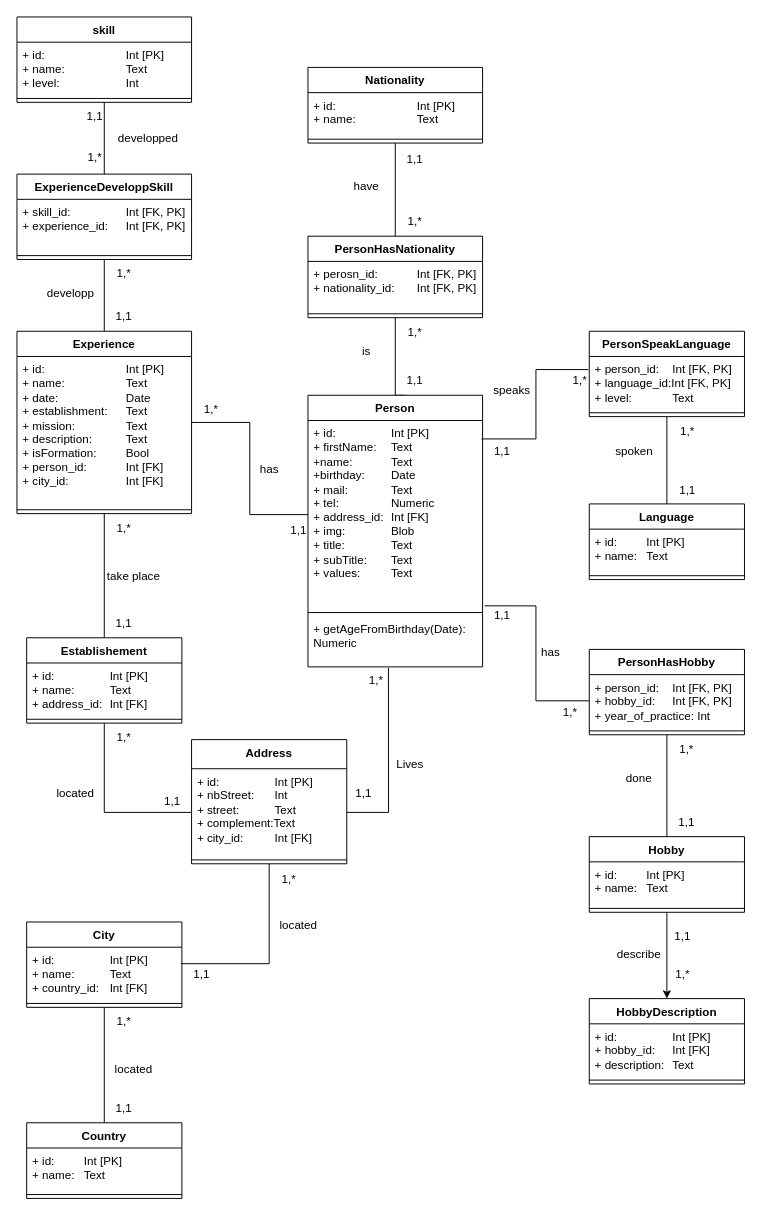
Before: CVDB.drawio in Will2KB/CVAPI, a draw.io diagram. Source tidied: cells renumbered, new cells numbered last; positions are measured from the earlier drawing's top-left corner, leaving out a move shared by most shapes. Both pictures are drawn from the tidied source at 97%, with x=0, y=0 at pixel (16, 16).
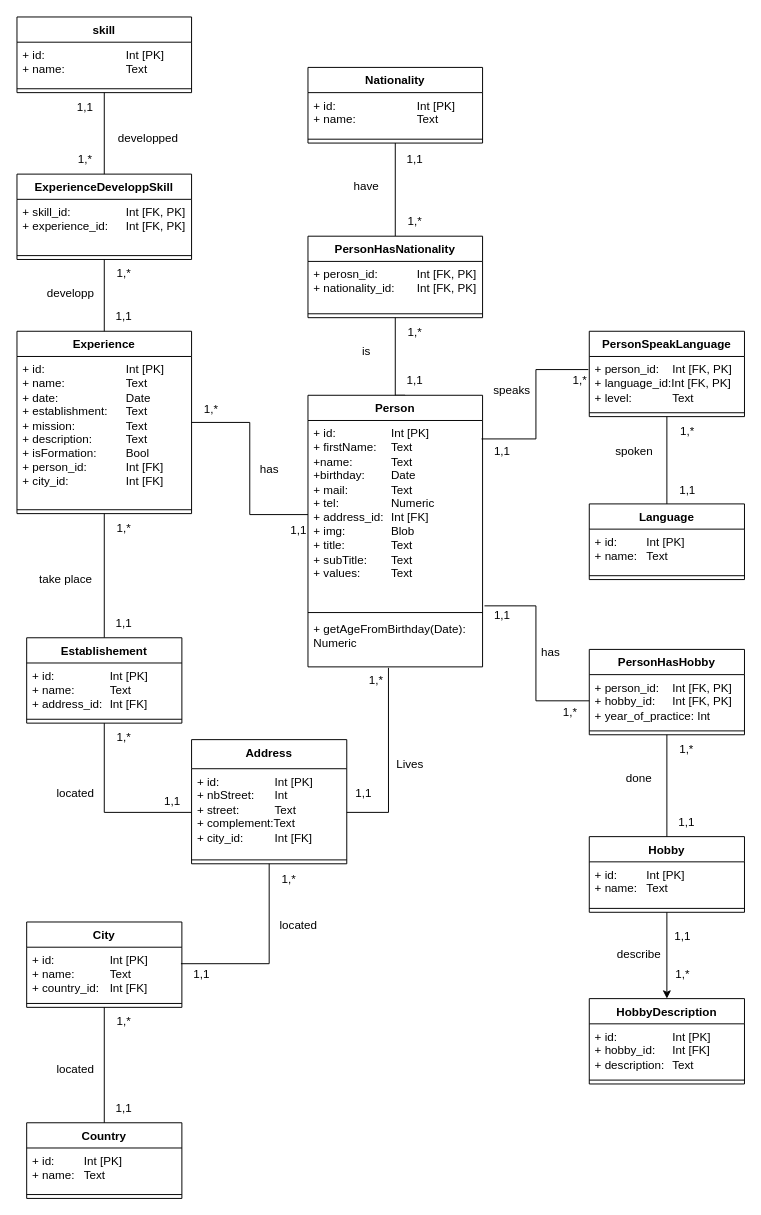
The same diagram, later.

Commit message:
Mettre à jour CVDB.drawio

Diff of the diagram source:
```diff
@@
     <mxCell id="30" value="take place" style="text;html=1;align=center;verticalAlign=middle;strokeColor=none;fillColor=none;" parent="1" vertex="1">
-      <mxGeometry x="80" y="562" width="80" height="30" as="geometry" />
+      <mxGeometry x="10" y="564.5" width="80" height="30" as="geometry" />
     </mxCell>
@@
     <mxCell id="71" value="skill" style="swimlane;fontStyle=1;align=center;verticalAlign=top;horizontal=1;startSize=26;whiteSpace=wrap;html=1;" parent="1" vertex="1">
-      <mxGeometry width="180" height="88" as="geometry" />
+      <mxGeometry width="180" height="78" as="geometry" />
     </mxCell>
-    <mxCell id="72" value="+ id: &lt;span style=&quot;white-space: pre;&quot;&gt;&#9;&lt;/span&gt;&lt;span style=&quot;white-space: pre;&quot;&gt;&#9;&lt;span style=&quot;white-space: pre;&quot;&gt;&#9;&lt;/span&gt;&lt;/span&gt;Int [PK]&lt;div&gt;+ name: &lt;span style=&quot;white-space: pre;&quot;&gt;&#9;&lt;/span&gt;&lt;span style=&quot;white-space: pre;&quot;&gt;&#9;&lt;span style=&quot;white-space: pre;&quot;&gt;&#9;&lt;/span&gt;&lt;/span&gt;Text&lt;/div&gt;&lt;div&gt;+ level:&lt;span style=&quot;white-space: pre;&quot;&gt;&#9;&lt;/span&gt;&lt;span style=&quot;white-space: pre;&quot;&gt;&#9;&lt;/span&gt;&lt;span style=&quot;white-space: pre;&quot;&gt;&#9;&lt;/span&gt;Int&lt;/div&gt;" style="text;strokeColor=none;fillColor=none;align=left;verticalAlign=top;spacingLeft=4;spacingRight=4;overflow=hidden;whiteSpace=wrap;html=1;" parent="71" vertex="1">
-      <mxGeometry y="26" width="180" height="54" as="geometry" />
+    <mxCell id="72" value="+ id: &lt;span style=&quot;white-space: pre;&quot;&gt;&#9;&lt;/span&gt;&lt;span style=&quot;white-space: pre;&quot;&gt;&#9;&lt;span style=&quot;white-space: pre;&quot;&gt;&#9;&lt;/span&gt;&lt;/span&gt;Int [PK]&lt;div&gt;+ name: &lt;span style=&quot;white-space: pre;&quot;&gt;&#9;&lt;/span&gt;&lt;span style=&quot;white-space: pre;&quot;&gt;&#9;&lt;span style=&quot;white-space: pre;&quot;&gt;&#9;&lt;/span&gt;&lt;/span&gt;Text&lt;br&gt;&lt;/div&gt;" style="text;strokeColor=none;fillColor=none;align=left;verticalAlign=top;spacingLeft=4;spacingRight=4;overflow=hidden;whiteSpace=wrap;html=1;" parent="71" vertex="1">
+      <mxGeometry y="26" width="180" height="44" as="geometry" />
     </mxCell>
     <mxCell id="73" style="line;strokeWidth=1;fillColor=none;align=left;verticalAlign=middle;spacingTop=-1;spacingLeft=3;spacingRight=3;labelPosition=right;strokeColor=inherit;" parent="71" vertex="1">
-      <mxGeometry y="80" width="180" height="8" as="geometry" />
+      <mxGeometry y="70" width="180" height="8" as="geometry" />
     </mxCell>
@@
     <mxCell id="80" value="1,*" style="text;html=1;align=center;verticalAlign=middle;strokeColor=none;fillColor=none;" parent="1" vertex="1">
-      <mxGeometry x="60" y="130" width="40" height="30" as="geometry" />
+      <mxGeometry x="50" y="132" width="40" height="30" as="geometry" />
     </mxCell>
     <mxCell id="81" value="1,1" style="text;html=1;align=center;verticalAlign=middle;strokeColor=none;fillColor=none;" parent="1" vertex="1">
-      <mxGeometry x="60" y="88" width="40" height="30" as="geometry" />
+      <mxGeometry x="50" y="78" width="40" height="30" as="geometry" />
     </mxCell>
@@
     <mxCell id="108" value="located" style="text;html=1;align=center;verticalAlign=middle;strokeColor=none;fillColor=none;" parent="1" vertex="1">
-      <mxGeometry x="90" y="1070" width="60" height="30" as="geometry" />
+      <mxGeometry x="30" y="1070" width="60" height="30" as="geometry" />
     </mxCell>
```
